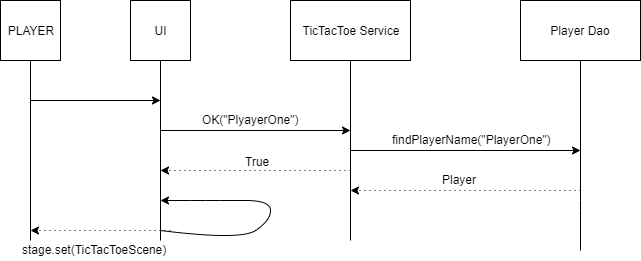
The draw.io diagram dokumentaatio/kuvat/sekvenssikaavio.png in joku-johku/ot-harjoitustyo3, before a commit. Source tidied: cells renumbered, new cells last; positions are measured from the earlier drawing's top-left corner, leaving out a move shared by most shapes.
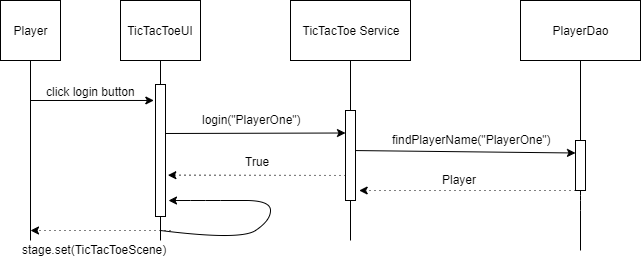
The same diagram one commit later.

Commit message:
kuvan muokkaus

Change to the diagram source:
```diff
@@ -2,7 +2,7 @@
   <root>
     <mxCell id="0" />
     <mxCell id="1" parent="0" />
-    <mxCell id="2" value="PLAYER" style="rounded=0;whiteSpace=wrap;html=1;" parent="1" vertex="1">
+    <mxCell id="2" value="Player" style="rounded=0;whiteSpace=wrap;html=1;" parent="1" vertex="1">
       <mxGeometry width="60" height="60" as="geometry" />
     </mxCell>
     <mxCell id="3" style="endArrow=none;html=1;entryX=0.5;entryY=1;entryDx=0;entryDy=0;" parent="1" edge="1" target="2">
@@ -10,13 +10,12 @@
         <mxPoint x="30" y="240" as="sourcePoint" />
       </mxGeometry>
     </mxCell>
-    <mxCell id="4" value="UI" style="rounded=0;whiteSpace=wrap;html=1;" parent="1" vertex="1">
-      <mxGeometry x="130" width="60" height="60" as="geometry" />
+    <mxCell id="4" value="TicTacToeUI" style="rounded=0;whiteSpace=wrap;html=1;" parent="1" vertex="1">
+      <mxGeometry x="120" width="80" height="60" as="geometry" />
     </mxCell>
-    <mxCell id="5" style="endArrow=classic;html=1;" parent="1" edge="1">
+    <mxCell id="5" style="endArrow=classic;html=1;entryX=-0.167;entryY=0.121;entryDx=0;entryDy=0;entryPerimeter=0;" parent="1" edge="1" target="23">
       <mxGeometry relative="1" as="geometry">
         <mxPoint x="30" y="100" as="sourcePoint" />
-        <mxPoint x="160" y="100" as="targetPoint" />
       </mxGeometry>
     </mxCell>
     <mxCell id="6" style="endArrow=none;html=1;entryX=0.5;entryY=1;entryDx=0;entryDy=0;" parent="1" edge="1" target="4">
@@ -27,62 +26,50 @@
     <mxCell id="7" value="TicTacToe Service" style="rounded=0;whiteSpace=wrap;html=1;" parent="1" vertex="1">
       <mxGeometry x="290" width="120" height="60" as="geometry" />
     </mxCell>
-    <mxCell id="8" value="Player Dao" style="rounded=0;whiteSpace=wrap;html=1;" parent="1" vertex="1">
+    <mxCell id="8" value="PlayerDao" style="rounded=0;whiteSpace=wrap;html=1;" parent="1" vertex="1">
       <mxGeometry x="520" width="120" height="60" as="geometry" />
     </mxCell>
-    <mxCell id="9" style="endArrow=none;html=1;entryX=0.5;entryY=1;entryDx=0;entryDy=0;" parent="1" edge="1" target="7">
-      <mxGeometry relative="1" as="geometry">
-        <mxPoint x="350" y="240" as="sourcePoint" />
-      </mxGeometry>
+    <mxCell id="9" style="endArrow=none;html=1;entryX=0.5;entryY=1;entryDx=0;entryDy=0;" parent="1" edge="1" source="24" target="7">
+      <mxGeometry relative="1" as="geometry" />
     </mxCell>
-    <mxCell id="10" style="endArrow=none;html=1;entryX=0.5;entryY=1;entryDx=0;entryDy=0;" parent="1" edge="1" target="8">
-      <mxGeometry relative="1" as="geometry">
-        <mxPoint x="580" y="250" as="sourcePoint" />
-        <Array as="points">
-          <mxPoint x="580" y="200" />
-        </Array>
-      </mxGeometry>
+    <mxCell id="10" style="endArrow=none;html=1;entryX=0.5;entryY=1;entryDx=0;entryDy=0;" parent="1" edge="1" source="26" target="8">
+      <mxGeometry relative="1" as="geometry" />
     </mxCell>
-    <mxCell id="11" style="endArrow=classic;html=1;" parent="1" edge="1">
+    <mxCell id="11" style="endArrow=classic;html=1;entryX=0;entryY=0.25;entryDx=0;entryDy=0;" parent="1" edge="1" target="24">
       <mxGeometry relative="1" as="geometry">
-        <mxPoint x="160" y="130" as="sourcePoint" />
-        <mxPoint x="350" y="130" as="targetPoint" />
+        <mxPoint x="164" y="133" as="sourcePoint" />
       </mxGeometry>
     </mxCell>
-    <mxCell id="12" value="OK(&quot;PlyayerOne&quot;)" style="text;html=1;align=left;verticalAlign=top;spacingTop=-4;" parent="1" vertex="1">
+    <mxCell id="12" value="login(&quot;PlayerOne&quot;)" style="text;html=1;align=left;verticalAlign=top;spacingTop=-4;" parent="1" vertex="1">
       <mxGeometry x="200" y="110" width="110" height="20" as="geometry" />
     </mxCell>
-    <mxCell id="13" style="endArrow=classic;html=1;" parent="1" edge="1">
+    <mxCell id="13" style="endArrow=classic;html=1;entryX=0;entryY=0.25;entryDx=0;entryDy=0;" parent="1" edge="1" target="26">
       <mxGeometry relative="1" as="geometry">
         <mxPoint x="350" y="150" as="sourcePoint" />
-        <mxPoint x="580" y="150" as="targetPoint" />
       </mxGeometry>
     </mxCell>
     <mxCell id="14" value="findPlayerName(&quot;PlayerOne&quot;)" style="text;html=1;align=left;verticalAlign=top;spacingTop=-4;" parent="1" vertex="1">
       <mxGeometry x="390" y="130" width="170" height="20" as="geometry" />
     </mxCell>
-    <mxCell id="15" style="endArrow=classic;html=1;dashed=1;dashPattern=1 4;" parent="1" edge="1">
+    <mxCell id="15" style="endArrow=classic;html=1;dashed=1;dashPattern=1 4;entryX=1.367;entryY=0.889;entryDx=0;entryDy=0;entryPerimeter=0;" parent="1" edge="1" target="24">
       <mxGeometry relative="1" as="geometry">
         <mxPoint x="580" y="190" as="sourcePoint" />
-        <mxPoint x="350" y="190" as="targetPoint" />
       </mxGeometry>
     </mxCell>
     <mxCell id="16" value="Player" style="text;html=1;align=left;verticalAlign=top;spacingTop=-4;" parent="1" vertex="1">
       <mxGeometry x="440" y="170" width="50" height="20" as="geometry" />
     </mxCell>
-    <mxCell id="17" style="endArrow=classic;html=1;dashed=1;dashPattern=1 4;" parent="1" edge="1">
+    <mxCell id="17" style="endArrow=classic;html=1;dashed=1;dashPattern=1 4;entryX=1.233;entryY=0.687;entryDx=0;entryDy=0;entryPerimeter=0;" parent="1" edge="1" target="23">
       <mxGeometry relative="1" as="geometry">
-        <mxPoint x="350" y="170" as="sourcePoint" />
-        <mxPoint x="160" y="170" as="targetPoint" />
+        <mxPoint x="350" y="175" as="sourcePoint" />
       </mxGeometry>
     </mxCell>
     <mxCell id="18" value="True" style="text;html=1;align=left;verticalAlign=top;spacingTop=-4;" parent="1" vertex="1">
       <mxGeometry x="243" y="152" width="40" height="20" as="geometry" />
     </mxCell>
-    <mxCell id="19" style="curved=1;endArrow=classic;html=1;" parent="1" edge="1">
+    <mxCell id="19" style="curved=1;endArrow=classic;html=1;entryX=1.3;entryY=0.879;entryDx=0;entryDy=0;entryPerimeter=0;" parent="1" edge="1" target="23">
       <mxGeometry relative="1" as="geometry">
         <mxPoint x="160" y="230" as="sourcePoint" />
-        <mxPoint x="160" y="200" as="targetPoint" />
         <Array as="points">
           <mxPoint x="240" y="240" />
           <mxPoint x="270" y="220" />
@@ -101,5 +88,30 @@
     <mxCell id="21" value="stage.set(TicTacToeScene)" style="text;html=1;align=left;verticalAlign=top;spacingTop=-4;" parent="1" vertex="1">
       <mxGeometry x="20" y="240" width="160" height="20" as="geometry" />
     </mxCell>
+    <mxCell id="22" value="click login button" style="text;html=1;align=center;verticalAlign=middle;" parent="1" vertex="1">
+      <mxGeometry x="40" y="81" width="100" height="20" as="geometry" />
+    </mxCell>
+    <mxCell id="23" style="rounded=0;whiteSpace=wrap;html=1;" parent="1" vertex="1">
+      <mxGeometry x="155" y="84" width="10" height="132" as="geometry" />
+    </mxCell>
+    <mxCell id="24" style="rounded=0;whiteSpace=wrap;html=1;" parent="1" vertex="1">
+      <mxGeometry x="345" y="110" width="10" height="90" as="geometry" />
+    </mxCell>
+    <mxCell id="25" style="endArrow=none;html=1;entryX=0.5;entryY=1;entryDx=0;entryDy=0;" parent="1" edge="1" target="24">
+      <mxGeometry relative="1" as="geometry">
+        <mxPoint x="350" y="240" as="sourcePoint" />
+      </mxGeometry>
+    </mxCell>
+    <mxCell id="26" style="rounded=0;whiteSpace=wrap;html=1;" parent="1" vertex="1">
+      <mxGeometry x="575" y="140" width="10" height="50" as="geometry" />
+    </mxCell>
+    <mxCell id="27" style="endArrow=none;html=1;entryX=0.5;entryY=1;entryDx=0;entryDy=0;" parent="1" edge="1" target="26">
+      <mxGeometry relative="1" as="geometry">
+        <mxPoint x="580" y="250" as="sourcePoint" />
+        <Array as="points">
+          <mxPoint x="580" y="200" />
+        </Array>
+      </mxGeometry>
+    </mxCell>
   </root>
 </mxGraphModel>
```
